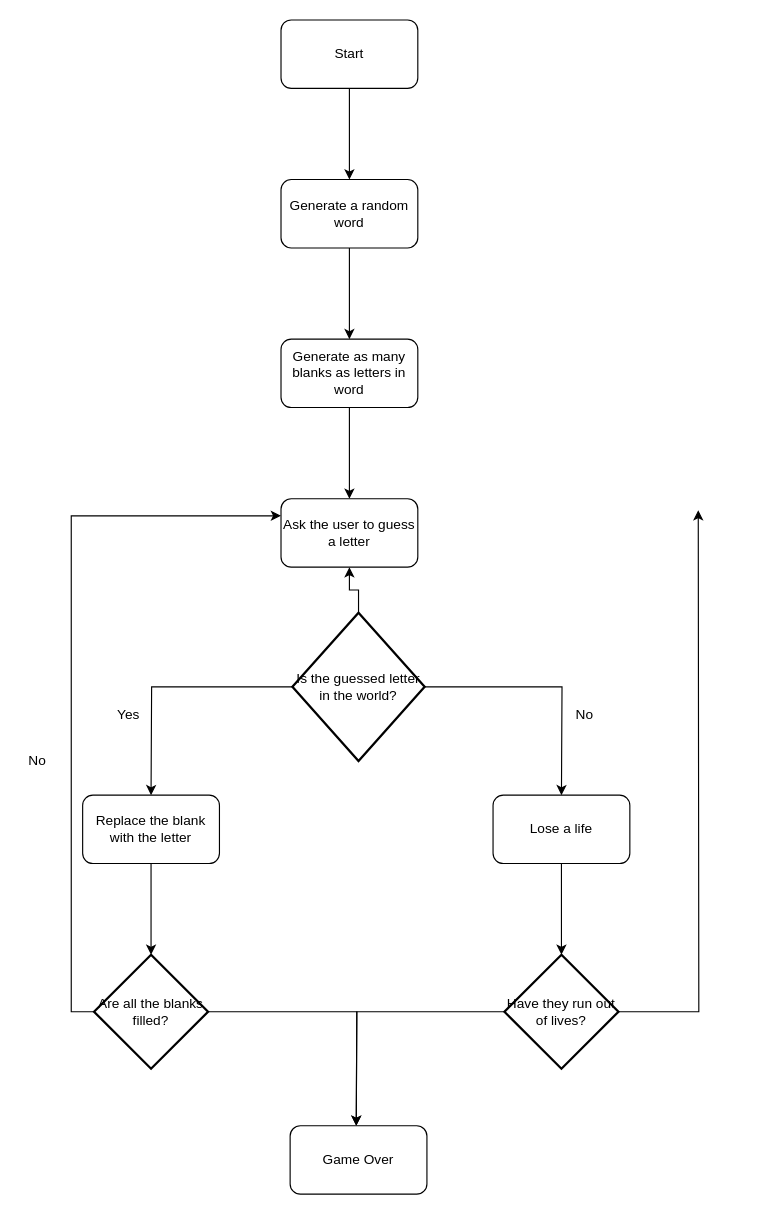
Before: Untitled Diagram.drawio in Nathan-web24/DTP2, a draw.io diagram. Source tidied: cells renumbered, new cells numbered last; positions are measured from the earlier drawing's top-left corner, leaving out a move shared by most shapes. Both pictures are drawn from the tidied source at 114%, with x=0, y=0 at pixel (19, 19).
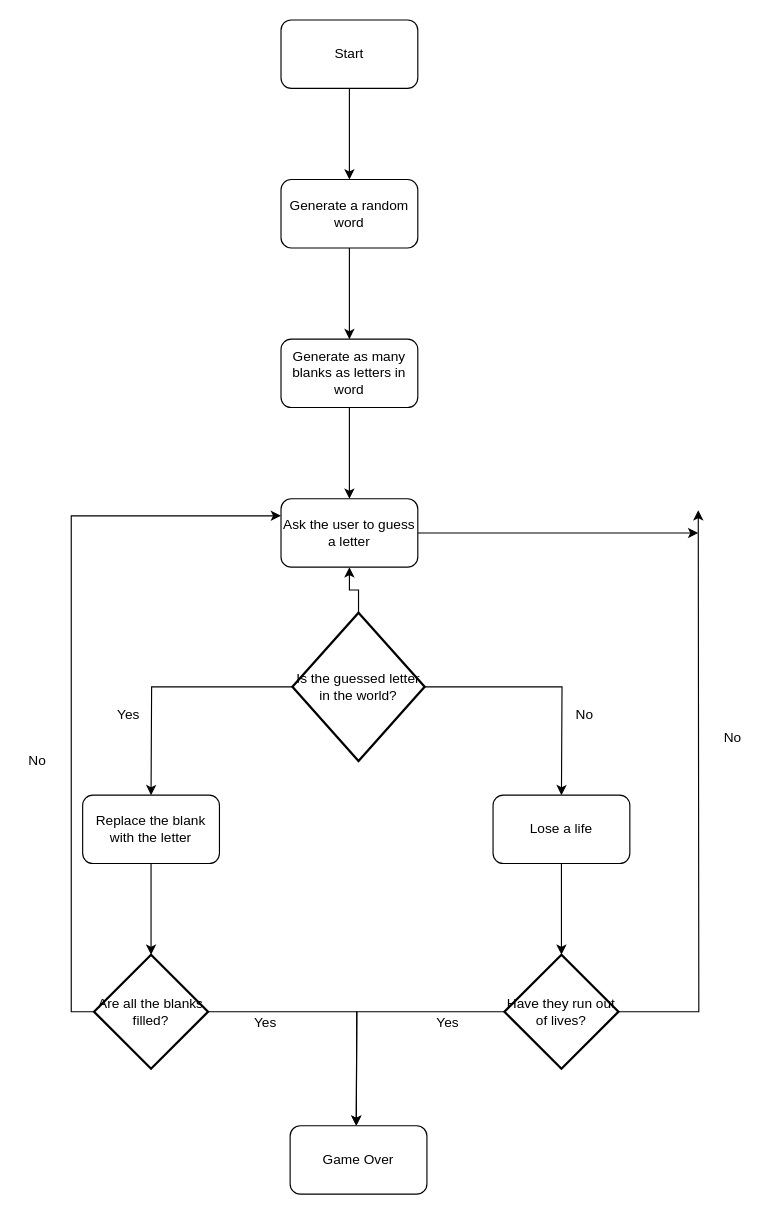
After the change.

The change refers to these unchanged cells:
```xml
<mxCell id="8" value="Ask the user to guess a letter" style="rounded=1;whiteSpace=wrap;html=1;" parent="1" vertex="1">
  <mxGeometry x="229" y="420" width="120" height="60" as="geometry" />
</mxCell>
```

Diff of the diagram source:
```diff
@@
+    <mxCell id="27" style="edgeStyle=orthogonalEdgeStyle;rounded=0;jettySize=auto;html=1;exitX=1;exitY=0.5;exitDx=0;exitDy=0;" parent="1" edge="1" source="8">
+      <mxGeometry relative="1" as="geometry">
+        <mxPoint x="595" y="450" as="targetPoint" />
+      </mxGeometry>
+    </mxCell>
@@
+    <mxCell id="28" value="No" style="text;html=1;align=center;verticalAlign=middle;strokeColor=none;fillColor=none;" parent="1" vertex="1">
+      <mxGeometry x="610" y="620" width="30" height="20" as="geometry" />
+    </mxCell>
+    <mxCell id="29" value="Yes" style="text;html=1;align=center;verticalAlign=middle;strokeColor=none;fillColor=none;" parent="1" vertex="1">
+      <mxGeometry x="195" y="870" width="40" height="20" as="geometry" />
+    </mxCell>
+    <mxCell id="30" value="Yes" style="text;html=1;align=center;verticalAlign=middle;strokeColor=none;fillColor=none;" parent="1" vertex="1">
+      <mxGeometry x="355" y="870" width="40" height="20" as="geometry" />
+    </mxCell>
```
